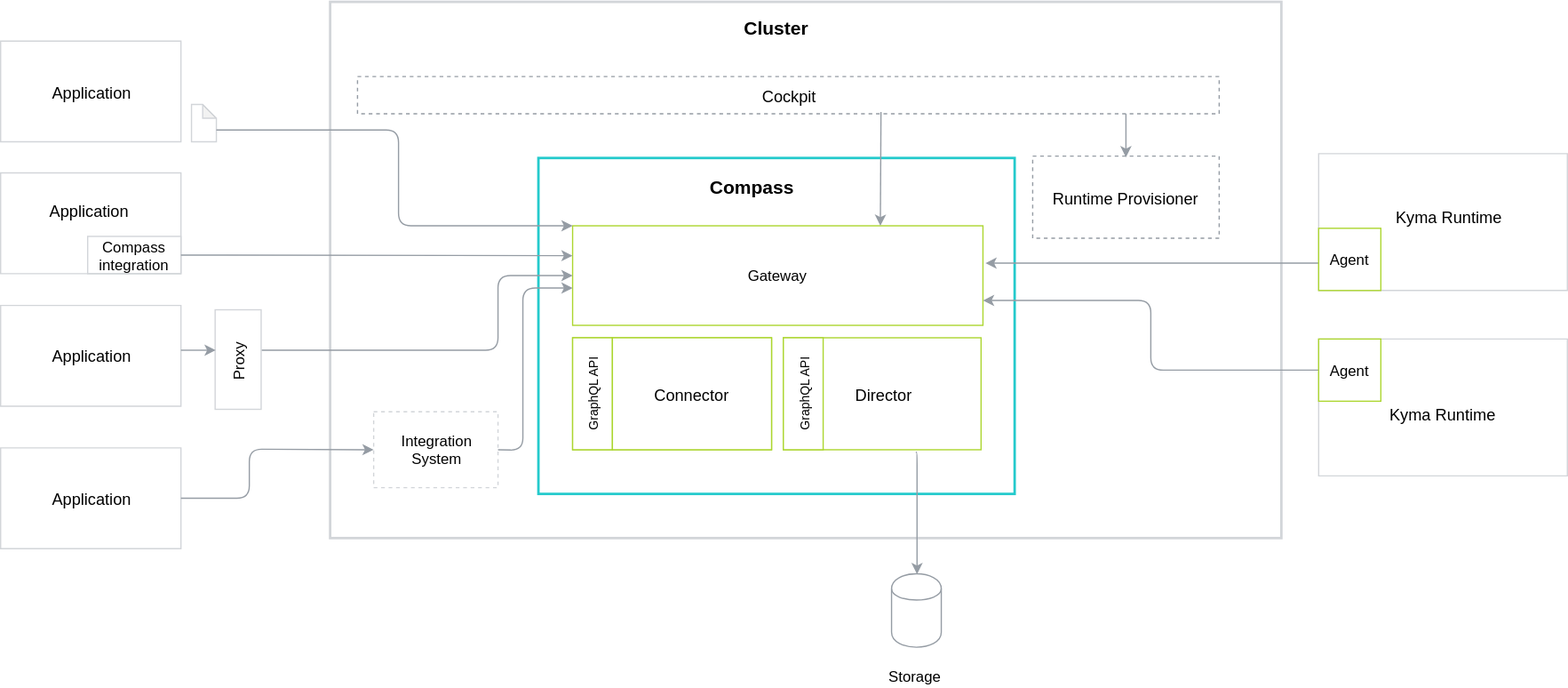
The draw.io diagram docs/architecture/assets/components.svg in kyma-incubator/compass, before a commit. Source tidied: cells renumbered, new cells last; positions are measured from the earlier drawing's top-left corner, leaving out a move shared by most shapes. The source it was exported from:
```xml
<mxGraphModel background="#ffffff">
  <root>
    <mxCell id="0" />
    <mxCell id="1" parent="0" />
    <mxCell id="2" style="rounded=0;whiteSpace=wrap;html=1;labelBackgroundColor=none;strokeColor=#D2D5D9;strokeWidth=2;fillColor=#FFFFFF;gradientColor=none;fontFamily=Helvetica;fontSize=15;fontColor=#000000;" parent="1" vertex="1">
      <mxGeometry x="265" width="765" height="431" as="geometry" />
    </mxCell>
    <mxCell id="3" style="rounded=0;whiteSpace=wrap;html=1;labelBackgroundColor=none;strokeColor=#24CACC;strokeWidth=2;fillColor=#FFFFFF;gradientColor=none;fontFamily=Helvetica;fontSize=15;fontColor=#000000;" parent="1" vertex="1">
      <mxGeometry x="432.5" y="125.5" width="383" height="270" as="geometry" />
    </mxCell>
    <mxCell id="4" style="group;strokeColor=#ACD62F;" parent="1" vertex="1">
      <mxGeometry x="460" y="270" width="160" height="90" as="geometry" />
    </mxCell>
    <mxCell id="5" value="&lt;font&gt;&lt;font style=&quot;font-size: 10px&quot;&gt;GraphQL API&lt;/font&gt;&lt;br style=&quot;font-size: 12px&quot;&gt;&lt;/font&gt;" style="rounded=0;whiteSpace=wrap;html=1;labelBackgroundColor=none;strokeColor=#ACD62F;strokeWidth=1;fillColor=#FFFFFF;gradientColor=none;fontFamily=Helvetica;fontSize=12;fontColor=#000000;horizontal=0;" parent="4" vertex="1">
      <mxGeometry width="32" height="90" as="geometry" />
    </mxCell>
    <mxCell id="6" value="&lt;font style=&quot;font-size: 13px&quot;&gt;Connector&lt;br&gt;&lt;/font&gt;" style="rounded=0;whiteSpace=wrap;html=1;labelBackgroundColor=none;strokeColor=#ACD62F;strokeWidth=1;fillColor=#FFFFFF;gradientColor=none;fontFamily=Helvetica;fontSize=15;fontColor=#000000;" parent="4" vertex="1">
      <mxGeometry x="32" width="128" height="90" as="geometry" />
    </mxCell>
    <mxCell id="7" value="&lt;b&gt;Compass&lt;br&gt;&lt;/b&gt;" style="text;html=1;strokeColor=none;fillColor=none;align=center;verticalAlign=middle;whiteSpace=wrap;rounded=0;labelBackgroundColor=none;fontFamily=Helvetica;fontSize=15;fontColor=#000000;" parent="1" vertex="1">
      <mxGeometry x="498" y="130" width="211" height="37" as="geometry" />
    </mxCell>
    <mxCell id="8" style="group;" parent="1" vertex="1">
      <mxGeometry x="715" y="459.7" width="40" height="91" as="geometry" />
    </mxCell>
    <mxCell id="9" style="shape=cylinder;whiteSpace=wrap;html=1;boundedLbl=1;backgroundOutline=1;strokeColor=#959CA4;fontSize=15;fillColor=none;" parent="8" vertex="1">
      <mxGeometry x="1.5" width="40" height="59" as="geometry" />
    </mxCell>
    <mxCell id="10" value="&lt;font style=&quot;font-size: 12px&quot;&gt;Storage&lt;br&gt;&lt;/font&gt;" style="text;html=1;strokeColor=none;fillColor=none;align=center;verticalAlign=middle;whiteSpace=wrap;rounded=0;dashed=1;labelBackgroundColor=none;fontFamily=Helvetica;fontSize=15;fontColor=#000000;" parent="8" vertex="1">
      <mxGeometry y="71" width="40" height="20" as="geometry" />
    </mxCell>
    <mxCell id="11" value="&lt;font style=&quot;font-size: 13px&quot;&gt;Cockpit&lt;br&gt;&lt;/font&gt;" style="rounded=0;whiteSpace=wrap;html=1;labelBackgroundColor=none;strokeColor=#959CA4;strokeWidth=1;fillColor=#FFFFFF;gradientColor=none;fontFamily=Helvetica;fontSize=15;fontColor=#000000;dashed=1;" parent="1" vertex="1">
      <mxGeometry x="287" y="60" width="693" height="30" as="geometry" />
    </mxCell>
    <mxCell id="12" value="&lt;b&gt;Cluster&lt;br&gt;&lt;/b&gt;" style="text;html=1;strokeColor=none;fillColor=none;align=center;verticalAlign=middle;whiteSpace=wrap;rounded=0;labelBackgroundColor=none;fontFamily=Helvetica;fontSize=15;fontColor=#000000;" parent="1" vertex="1">
      <mxGeometry x="555" y="2.5" width="138" height="37" as="geometry" />
    </mxCell>
    <mxCell id="13" style="edgeStyle=orthogonalEdgeStyle;jettySize=auto;html=1;entryX=0.5;entryY=0;entryDx=0;entryDy=0;startFill=0;strokeColor=#959CA4;strokeWidth=1;fontSize=15;exitX=0.67;exitY=1.017;exitDx=0;exitDy=0;exitPerimeter=0;" parent="1" edge="1" source="18" target="9">
      <mxGeometry relative="1" as="geometry">
        <Array as="points">
          <mxPoint x="737" y="362" />
        </Array>
      </mxGeometry>
    </mxCell>
    <mxCell id="14" value="&lt;font style=&quot;font-size: 13px&quot;&gt;Runtime Provisioner&lt;br&gt;&lt;/font&gt;" style="rounded=0;whiteSpace=wrap;html=1;labelBackgroundColor=none;strokeColor=#959CA4;strokeWidth=1;fillColor=#FFFFFF;gradientColor=none;fontFamily=Helvetica;fontSize=15;fontColor=#000000;dashed=1;" parent="1" vertex="1">
      <mxGeometry x="830" y="124" width="150" height="66" as="geometry" />
    </mxCell>
    <mxCell id="15" value="&lt;font style=&quot;font-size: 13px&quot;&gt;Application&lt;/font&gt;" style="shape=parallelogram;perimeter=parallelogramPerimeter;whiteSpace=wrap;html=1;size=0;strokeColor=#D2D5D9;" parent="1" vertex="1">
      <mxGeometry y="31.5" width="145" height="81" as="geometry" />
    </mxCell>
    <mxCell id="16" style="shape=note;whiteSpace=wrap;html=1;backgroundOutline=1;darkOpacity=0.05;fillColor=none;fontSize=8;size=11;strokeColor=#D2D5D9;" parent="1" vertex="1">
      <mxGeometry x="153.5" y="82.5" width="20" height="30" as="geometry" />
    </mxCell>
    <mxCell id="17" value="Gateway" style="rounded=0;whiteSpace=wrap;html=1;strokeColor=#ACD62F;fillColor=none;" parent="1" vertex="1">
      <mxGeometry x="460" y="180" width="330" height="80" as="geometry" />
    </mxCell>
    <mxCell id="18" value="&lt;font style=&quot;font-size: 13px&quot;&gt;Director&lt;/font&gt;" style="rounded=0;whiteSpace=wrap;html=1;strokeColor=#ACD62F;fillColor=none;" parent="1" vertex="1">
      <mxGeometry x="629.5" y="270" width="159" height="90" as="geometry" />
    </mxCell>
    <mxCell id="19" value="Integration&lt;br&gt;System" style="rounded=0;whiteSpace=wrap;html=1;strokeColor=#D2D5D9;strokeWidth=1;dashed=1;" parent="1" vertex="1">
      <mxGeometry x="300" y="329.5" width="100" height="61" as="geometry" />
    </mxCell>
    <mxCell id="20" style="shape=parallelogram;perimeter=parallelogramPerimeter;whiteSpace=wrap;html=1;size=0;strokeColor=#D2D5D9;" parent="1" vertex="1">
      <mxGeometry y="137.5" width="145" height="81" as="geometry" />
    </mxCell>
    <mxCell id="21" value="&lt;font style=&quot;font-size: 13px&quot;&gt;Application&lt;/font&gt;" style="shape=parallelogram;perimeter=parallelogramPerimeter;whiteSpace=wrap;html=1;size=0;strokeColor=#D2D5D9;" parent="1" vertex="1">
      <mxGeometry y="244" width="145" height="81" as="geometry" />
    </mxCell>
    <mxCell id="22" value="&lt;font style=&quot;font-size: 13px&quot;&gt;Application&lt;/font&gt;" style="shape=parallelogram;perimeter=parallelogramPerimeter;whiteSpace=wrap;html=1;size=0;strokeColor=#D2D5D9;" parent="1" vertex="1">
      <mxGeometry y="358.5" width="145" height="81" as="geometry" />
    </mxCell>
    <mxCell id="23" value="Compass&lt;br&gt;integration" style="rounded=0;whiteSpace=wrap;html=1;strokeColor=#D2D5D9;strokeWidth=1;fillColor=none;" parent="1" vertex="1">
      <mxGeometry x="70" y="188.5" width="75" height="30" as="geometry" />
    </mxCell>
    <mxCell id="24" value="&lt;font style=&quot;font-size: 13px&quot;&gt;Application&lt;/font&gt;" style="text;html=1;strokeColor=none;fillColor=none;align=center;verticalAlign=middle;whiteSpace=wrap;rounded=0;" parent="1" vertex="1">
      <mxGeometry x="50" y="157" width="40" height="20" as="geometry" />
    </mxCell>
    <mxCell id="25" style="rounded=0;whiteSpace=wrap;html=1;strokeColor=#D2D5D9;strokeWidth=1;fillColor=none;spacing=4;" parent="1" vertex="1">
      <mxGeometry x="172.5" y="247.5" width="37" height="80" as="geometry" />
    </mxCell>
    <mxCell id="26" value="Proxy" style="text;html=1;strokeColor=none;fillColor=none;align=center;verticalAlign=middle;whiteSpace=wrap;rounded=0;rotation=-90;" parent="1" vertex="1">
      <mxGeometry x="153.5" y="271" width="75" height="35" as="geometry" />
    </mxCell>
    <mxCell id="27" style="endArrow=classic;html=1;strokeColor=#959CA4;exitX=1;exitY=0.5;exitDx=0;exitDy=0;entryX=0;entryY=0.5;entryDx=0;entryDy=0;" parent="1" edge="1" source="22" target="19">
      <mxGeometry relative="1" as="geometry">
        <Array as="points">
          <mxPoint x="200" y="399" />
          <mxPoint x="200" y="359.5" />
        </Array>
      </mxGeometry>
    </mxCell>
    <mxCell id="28" style="endArrow=classic;html=1;strokeColor=#959CA4;exitX=0;exitY=0;exitDx=20;exitDy=20.5;exitPerimeter=0;" parent="1" edge="1" source="16">
      <mxGeometry relative="1" as="geometry">
        <mxPoint x="460" y="180" as="targetPoint" />
        <Array as="points">
          <mxPoint x="320" y="103" />
          <mxPoint x="320" y="180" />
        </Array>
      </mxGeometry>
    </mxCell>
    <mxCell id="29" style="endArrow=classic;html=1;strokeColor=#959CA4;exitX=1;exitY=0.5;exitDx=0;exitDy=0;" parent="1" edge="1" source="23">
      <mxGeometry relative="1" as="geometry">
        <mxPoint x="460" y="204" as="targetPoint" />
      </mxGeometry>
    </mxCell>
    <mxCell id="30" style="endArrow=classic;html=1;strokeColor=#959CA4;entryX=0;entryY=0.5;entryDx=0;entryDy=0;" parent="1" edge="1" target="17">
      <mxGeometry relative="1" as="geometry">
        <mxPoint x="210" y="280" as="sourcePoint" />
        <Array as="points">
          <mxPoint x="400" y="280" />
          <mxPoint x="400" y="220" />
        </Array>
      </mxGeometry>
    </mxCell>
    <mxCell id="31" style="endArrow=classic;html=1;strokeColor=#959CA4;exitX=1;exitY=0.5;exitDx=0;exitDy=0;" parent="1" edge="1" source="19">
      <mxGeometry relative="1" as="geometry">
        <mxPoint x="460" y="230" as="targetPoint" />
        <Array as="points">
          <mxPoint x="420" y="360.5" />
          <mxPoint x="420" y="230" />
        </Array>
      </mxGeometry>
    </mxCell>
    <mxCell id="32" style="endArrow=classic;html=1;strokeColor=#959CA4;entryX=0.75;entryY=0;entryDx=0;entryDy=0;" parent="1" edge="1" target="17">
      <mxGeometry relative="1" as="geometry">
        <mxPoint x="708" y="88.5" as="sourcePoint" />
      </mxGeometry>
    </mxCell>
    <mxCell id="33" style="endArrow=classic;html=1;strokeColor=#959CA4;" parent="1" edge="1">
      <mxGeometry relative="1" as="geometry">
        <mxPoint x="145" y="280" as="sourcePoint" />
        <mxPoint x="173" y="280" as="targetPoint" />
      </mxGeometry>
    </mxCell>
    <mxCell id="34" value="&lt;font&gt;&lt;font style=&quot;font-size: 10px&quot;&gt;GraphQL API&lt;/font&gt;&lt;br style=&quot;font-size: 12px&quot;&gt;&lt;/font&gt;" style="rounded=0;whiteSpace=wrap;html=1;labelBackgroundColor=none;strokeColor=#ACD62F;strokeWidth=1;fillColor=#FFFFFF;gradientColor=none;fontFamily=Helvetica;fontSize=12;fontColor=#000000;horizontal=0;" parent="1" vertex="1">
      <mxGeometry x="629.5" y="270" width="32" height="90" as="geometry" />
    </mxCell>
    <mxCell id="35" style="shape=parallelogram;perimeter=parallelogramPerimeter;whiteSpace=wrap;html=1;size=0;strokeColor=#D2D5D9;" parent="1" vertex="1">
      <mxGeometry x="1060" y="122" width="200" height="110" as="geometry" />
    </mxCell>
    <mxCell id="36" style="shape=parallelogram;perimeter=parallelogramPerimeter;whiteSpace=wrap;html=1;size=0;strokeColor=#D2D5D9;" parent="1" vertex="1">
      <mxGeometry x="1060" y="271" width="200" height="110" as="geometry" />
    </mxCell>
    <mxCell id="37" style="edgeStyle=orthogonalEdgeStyle;rounded=1;jettySize=auto;html=1;exitX=0;exitY=0.56;exitDx=0;exitDy=0;strokeColor=#959CA4;entryX=1.006;entryY=0.375;entryDx=0;entryDy=0;entryPerimeter=0;exitPerimeter=0;" parent="1" edge="1" source="38" target="17">
      <mxGeometry relative="1" as="geometry" />
    </mxCell>
    <mxCell id="38" value="Agent" style="whiteSpace=wrap;html=1;strokeColor=#ACD62F;" parent="1" vertex="1">
      <mxGeometry x="1060" y="182" width="50" height="50" as="geometry" />
    </mxCell>
    <mxCell id="39" style="edgeStyle=orthogonalEdgeStyle;rounded=1;jettySize=auto;html=1;exitX=0;exitY=0.5;exitDx=0;exitDy=0;entryX=1;entryY=0.75;entryDx=0;entryDy=0;strokeColor=#959CA4;" parent="1" edge="1" source="40" target="17">
      <mxGeometry relative="1" as="geometry" />
    </mxCell>
    <mxCell id="40" value="Agent" style="whiteSpace=wrap;html=1;strokeColor=#ACD62F;" parent="1" vertex="1">
      <mxGeometry x="1060" y="271" width="50" height="50" as="geometry" />
    </mxCell>
    <mxCell id="41" value="&lt;font style=&quot;font-size: 13px&quot;&gt;Kyma Runtime&lt;/font&gt;" style="text;html=1;strokeColor=none;fillColor=none;align=center;verticalAlign=middle;whiteSpace=wrap;rounded=0;" parent="1" vertex="1">
      <mxGeometry x="1110" y="162" width="110" height="20" as="geometry" />
    </mxCell>
    <mxCell id="42" value="&lt;font style=&quot;font-size: 13px&quot;&gt;Kyma Runtime&lt;/font&gt;" style="text;html=1;strokeColor=none;fillColor=none;align=center;verticalAlign=middle;whiteSpace=wrap;rounded=0;" parent="1" vertex="1">
      <mxGeometry x="1110" y="321" width="100" height="20" as="geometry" />
    </mxCell>
    <mxCell id="43" style="endArrow=classic;html=1;strokeColor=#959CA4;entryX=0.5;entryY=0.015;entryDx=0;entryDy=0;entryPerimeter=0;" parent="1" edge="1" target="14">
      <mxGeometry relative="1" as="geometry">
        <mxPoint x="905" y="90" as="sourcePoint" />
      </mxGeometry>
    </mxCell>
  </root>
</mxGraphModel>
```
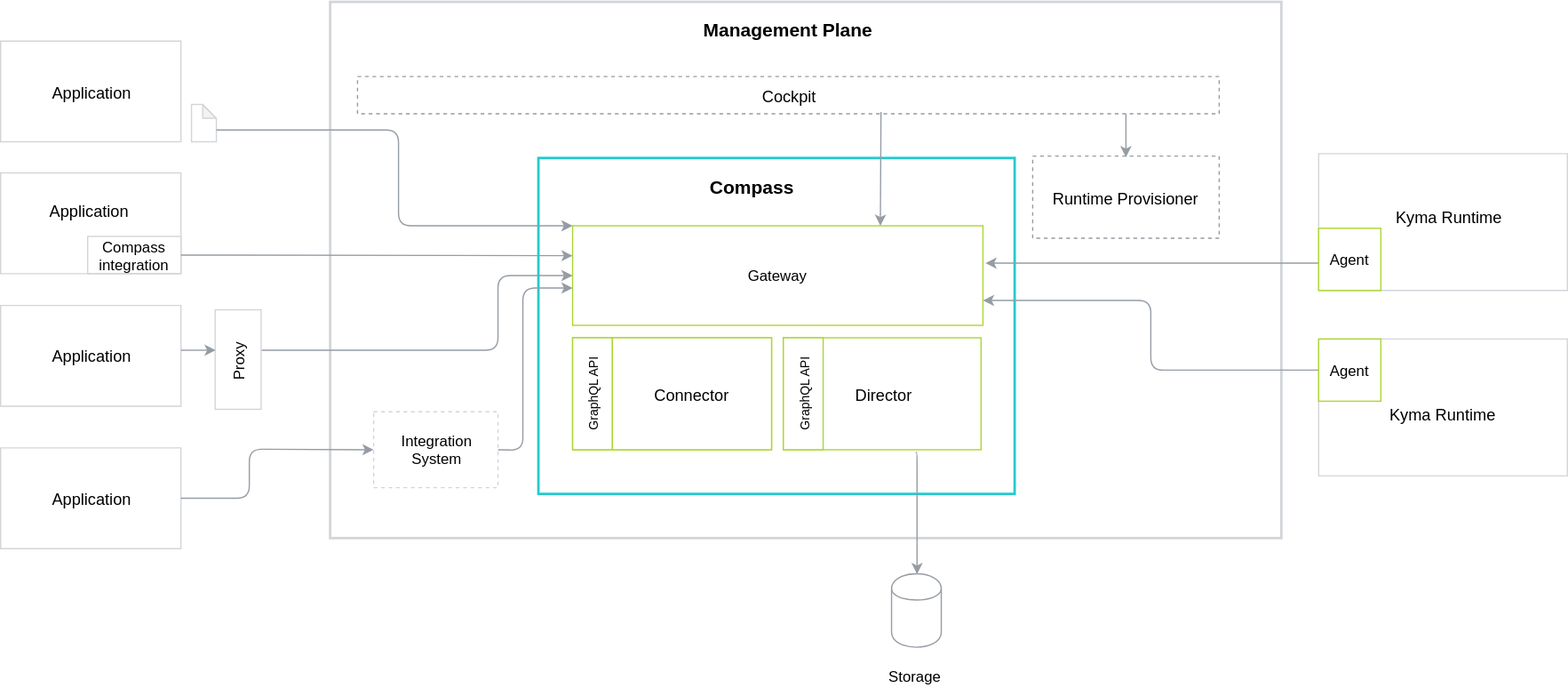
The same file after the commit.

The edit, as a diff of the source:
```diff
@@ -32,8 +32,8 @@
     <mxCell id="11" value="&lt;font style=&quot;font-size: 13px&quot;&gt;Cockpit&lt;br&gt;&lt;/font&gt;" style="rounded=0;whiteSpace=wrap;html=1;labelBackgroundColor=none;strokeColor=#959CA4;strokeWidth=1;fillColor=#FFFFFF;gradientColor=none;fontFamily=Helvetica;fontSize=15;fontColor=#000000;dashed=1;" parent="1" vertex="1">
       <mxGeometry x="287" y="60" width="693" height="30" as="geometry" />
     </mxCell>
-    <mxCell id="12" value="&lt;b&gt;Cluster&lt;br&gt;&lt;/b&gt;" style="text;html=1;strokeColor=none;fillColor=none;align=center;verticalAlign=middle;whiteSpace=wrap;rounded=0;labelBackgroundColor=none;fontFamily=Helvetica;fontSize=15;fontColor=#000000;" parent="1" vertex="1">
-      <mxGeometry x="555" y="2.5" width="138" height="37" as="geometry" />
+    <mxCell id="12" value="&lt;b&gt;Management Plane&lt;br&gt;&lt;/b&gt;" style="text;html=1;strokeColor=none;fillColor=none;align=center;verticalAlign=middle;whiteSpace=wrap;rounded=0;labelBackgroundColor=none;fontFamily=Helvetica;fontSize=15;fontColor=#000000;" parent="1" vertex="1">
+      <mxGeometry x="555" y="3" width="155" height="37" as="geometry" />
     </mxCell>
     <mxCell id="13" style="edgeStyle=orthogonalEdgeStyle;jettySize=auto;html=1;entryX=0.5;entryY=0;entryDx=0;entryDy=0;startFill=0;strokeColor=#959CA4;strokeWidth=1;fontSize=15;exitX=0.67;exitY=1.017;exitDx=0;exitDy=0;exitPerimeter=0;" parent="1" edge="1" source="18" target="9">
       <mxGeometry relative="1" as="geometry">
```
